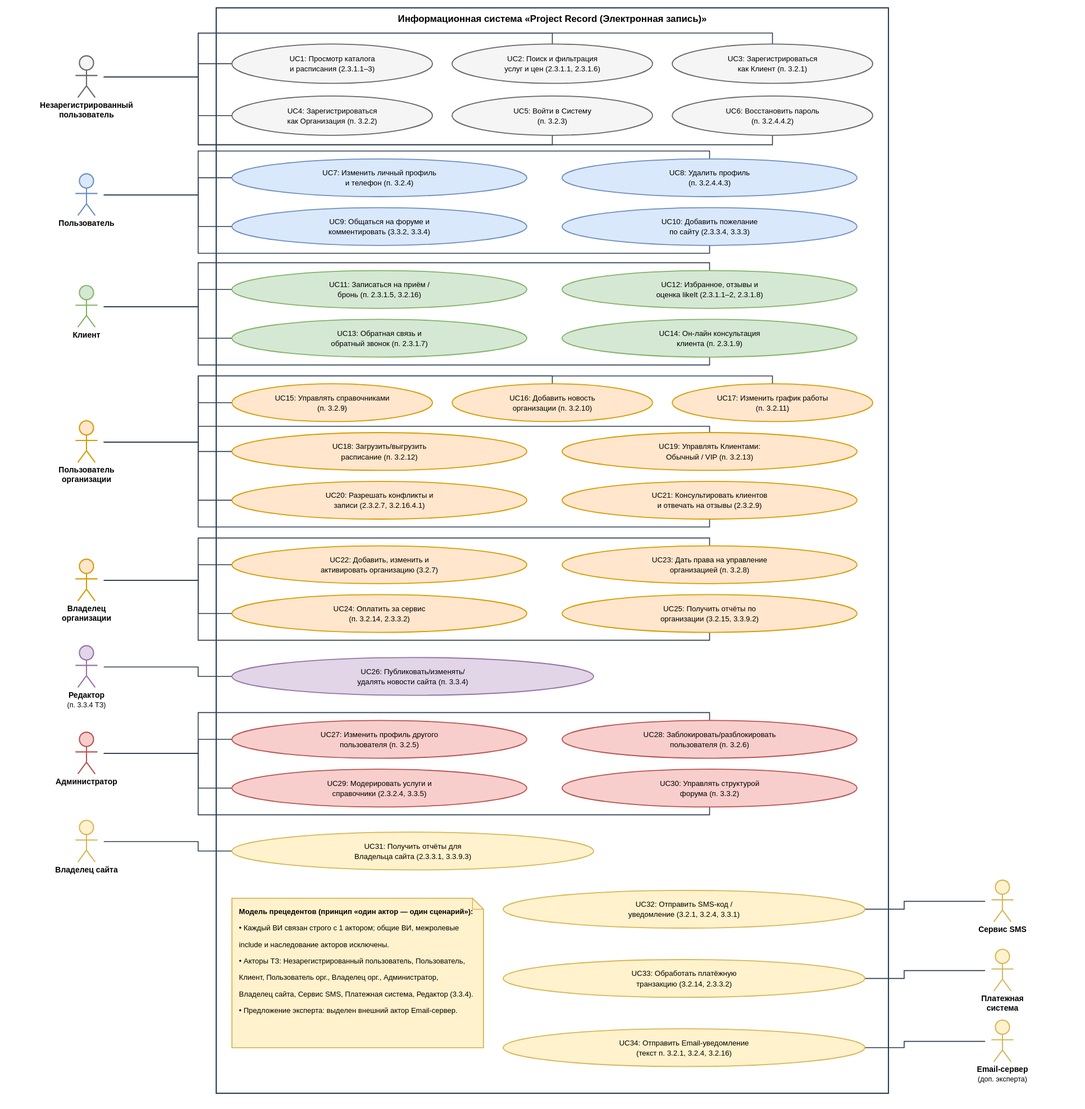
The PlantUML diagram lab-6/use_case_diagram.drawio.svg in NomenConservandum/informational-systems-and-design-lab-exercises, before a commit. Its source is kept beside it as lab-6/use_case_diagram.puml.
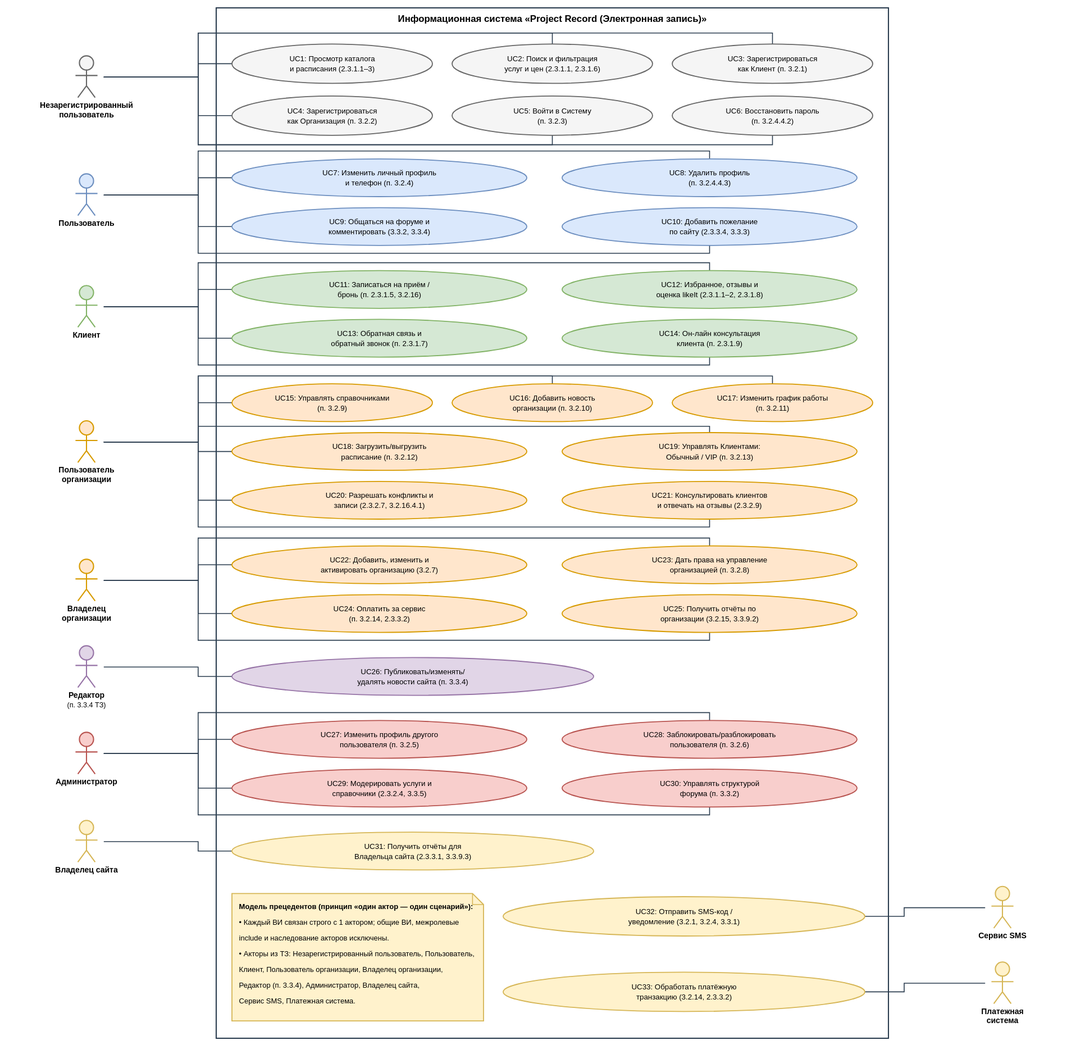
After the commit.

Diff of the diagram source:
```diff
@@ -17,7 +17,6 @@
 actor "Владелец сайта" as act_site
 actor "Сервис SMS" as act_sms
 actor "Платежная система" as act_pay
-actor "Email-сервер (доп. эксперта)" as act_email
 
 rectangle "Информационная система «Project Record (Электронная запись)»" {
   usecase "UC1: Просмотр каталога и расписания (2.3.1.1–3)" as uc1
@@ -53,7 +52,6 @@
   usecase "UC31: Получить отчёты для Владельца сайта (2.3.3.1, 3.3.9.3)" as uc31
   usecase "UC32: Отправить SMS-код / уведомление (3.2.1, 3.2.4, 3.3.1)" as uc32
   usecase "UC33: Обработать платёжную транзакцию (3.2.14, 2.3.3.2)" as uc33
-  usecase "UC34: Отправить Email-уведомление (текст п. 3.2.1, 3.2.4, 3.2.16)" as uc34
 }
 
 act_guest --> uc1
@@ -89,5 +87,4 @@
 act_site --> uc31
 uc32 -- act_sms
 uc33 -- act_pay
-uc34 -- act_email
 @enduml
```
